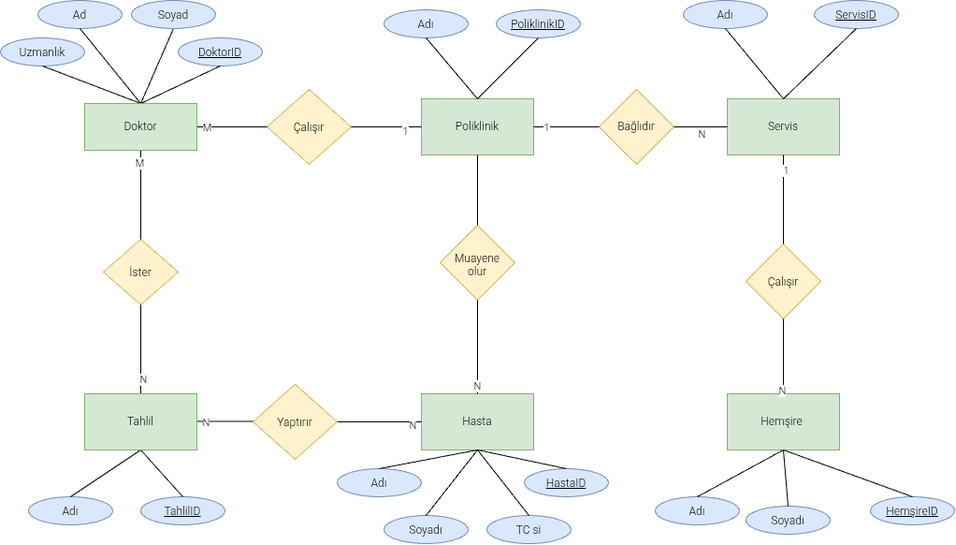
Busra3005/Veri-Taban- keeps this draw.io diagram as BüşraYÜKSEKLER_HastaneOtamasyonPrototipi.drawio.png. Above is the earlier version. Source tidied: cells renumbered, new cells last; positions are measured from the earlier drawing's top-left corner, leaving out a move shared by most shapes.
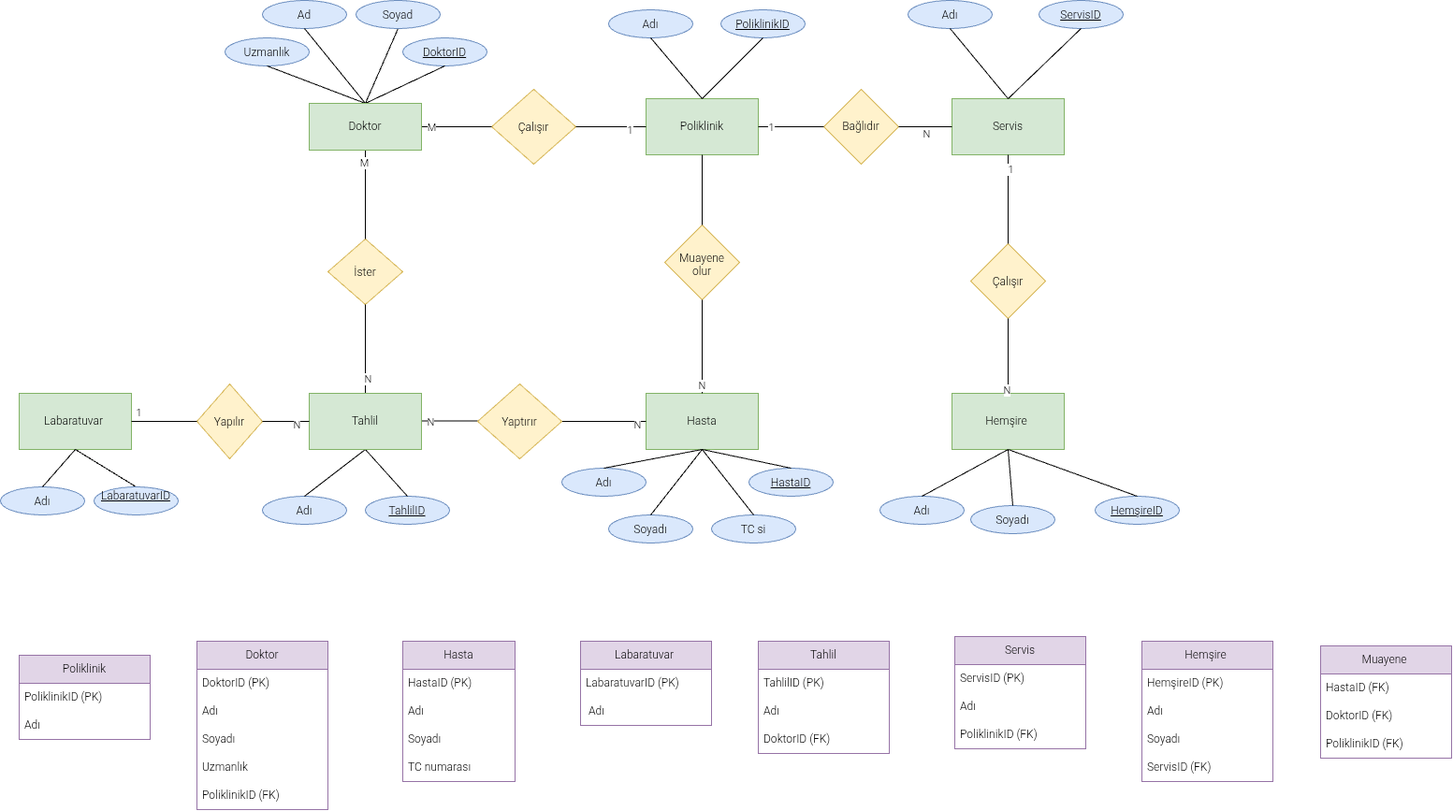
The same diagram one commit later.

What changed in the source:
```diff
@@ -144,7 +144,7 @@
       <mxGeometry relative="1" as="geometry" />
     </mxCell>
     <mxCell id="47" value="Adı" style="ellipse;whiteSpace=wrap;html=1;shapeInside=1;fillColor=#dae8fc;strokeColor=#6c8ebf;" parent="1" vertex="1">
-      <mxGeometry x="30" y="530" width="90" height="30" as="geometry" />
+      <mxGeometry x="40" y="530" width="90" height="30" as="geometry" />
     </mxCell>
     <mxCell id="48" style="endArrow=none;html=1;rounded=0;entryX=0.5;entryY=1;entryDx=0;entryDy=0;exitX=0.5;exitY=0;exitDx=0;exitDy=0;" parent="1" edge="1" source="3" target="43">
       <mxGeometry relative="1" as="geometry" />
@@ -225,5 +225,142 @@
     <mxCell id="72" value="Tahlil" style="rounded=0;whiteSpace=wrap;html=1;fillColor=#d5e8d4;strokeColor=#82b366;" parent="1" vertex="1">
       <mxGeometry x="90" y="420" width="120" height="60" as="geometry" />
     </mxCell>
+    <mxCell id="73" value="Yapılır" style="rhombus;whiteSpace=wrap;html=1;shapeInside=1;fillColor=#fff2cc;strokeColor=#d6b656;" parent="1" vertex="1">
+      <mxGeometry x="-30" y="410" width="70" height="80" as="geometry" />
+    </mxCell>
+    <mxCell id="74" style="endArrow=none;html=1;rounded=0;exitX=1;exitY=0.5;exitDx=0;exitDy=0;" parent="1" edge="1" source="73">
+      <mxGeometry relative="1" as="geometry">
+        <mxPoint x="90" y="450" as="targetPoint" />
+      </mxGeometry>
+    </mxCell>
+    <mxCell id="75" value="N" style="edgeLabel;html=1;align=center;verticalAlign=middle;" parent="74" vertex="1">
+      <mxGeometry x="0.43" y="-3" relative="1" as="geometry" />
+    </mxCell>
+    <mxCell id="76" value="Labaratuvar&amp;nbsp;" style="rounded=0;whiteSpace=wrap;html=1;fillColor=#d5e8d4;strokeColor=#82b366;" parent="1" vertex="1">
+      <mxGeometry x="-220" y="420" width="120" height="60" as="geometry" />
+    </mxCell>
+    <mxCell id="77" style="endArrow=none;html=1;rounded=0;entryX=1;entryY=0.5;entryDx=0;entryDy=0;exitX=0;exitY=0.5;exitDx=0;exitDy=0;fillColor=#d5e8d4;strokeColor=#000000;" parent="1" edge="1" source="73" target="76">
+      <mxGeometry relative="1" as="geometry" />
+    </mxCell>
+    <mxCell id="78" value="1" style="edgeLabel;html=1;align=center;verticalAlign=middle;" parent="77" vertex="1">
+      <mxGeometry x="0.81" y="-10" relative="1" as="geometry" />
+    </mxCell>
+    <mxCell id="79" value="Adı" style="ellipse;whiteSpace=wrap;html=1;shapeInside=1;fillColor=#dae8fc;strokeColor=#6c8ebf;" parent="1" vertex="1">
+      <mxGeometry x="-240" y="520" width="90" height="30" as="geometry" />
+    </mxCell>
+    <mxCell id="80" value="Poliklinik" style="swimlane;fontStyle=0;horizontal=1;startSize=30;whiteSpace=wrap;html=1;fillColor=#e1d5e7;strokeColor=#9673a6;" parent="1" vertex="1">
+      <mxGeometry x="-220" y="700" width="140" height="90" as="geometry" />
+    </mxCell>
+    <mxCell id="81" value="PoliklinikID (PK)" style="text;strokeColor=none;fillColor=none;align=left;verticalAlign=middle;spacingLeft=4;spacingRight=4;overflow=hidden;whiteSpace=wrap;html=1;" parent="80" vertex="1">
+      <mxGeometry y="30" width="140" height="30" as="geometry" />
+    </mxCell>
+    <mxCell id="82" value="Adı" style="text;strokeColor=none;fillColor=none;align=left;verticalAlign=middle;spacingLeft=4;spacingRight=4;overflow=hidden;whiteSpace=wrap;html=1;" parent="80" vertex="1">
+      <mxGeometry y="60" width="140" height="30" as="geometry" />
+    </mxCell>
+    <mxCell id="83" value="Doktor" style="swimlane;fontStyle=0;horizontal=1;startSize=30;whiteSpace=wrap;html=1;fillColor=#e1d5e7;strokeColor=#9673a6;" parent="1" vertex="1">
+      <mxGeometry x="-30" y="685" width="140" height="180" as="geometry" />
+    </mxCell>
+    <mxCell id="84" value="DoktorID (PK)" style="text;strokeColor=none;fillColor=none;align=left;verticalAlign=middle;spacingLeft=4;spacingRight=4;overflow=hidden;whiteSpace=wrap;html=1;" parent="83" vertex="1">
+      <mxGeometry y="30" width="140" height="30" as="geometry" />
+    </mxCell>
+    <mxCell id="85" value="Adı" style="text;strokeColor=none;fillColor=none;align=left;verticalAlign=middle;spacingLeft=4;spacingRight=4;overflow=hidden;whiteSpace=wrap;html=1;" parent="83" vertex="1">
+      <mxGeometry y="60" width="140" height="30" as="geometry" />
+    </mxCell>
+    <mxCell id="86" value="Soyadı" style="text;strokeColor=none;fillColor=none;align=left;verticalAlign=middle;spacingLeft=4;spacingRight=4;overflow=hidden;whiteSpace=wrap;html=1;" parent="83" vertex="1">
+      <mxGeometry y="90" width="140" height="30" as="geometry" />
+    </mxCell>
+    <mxCell id="87" value="Uzmanlık" style="text;strokeColor=none;fillColor=none;align=left;verticalAlign=middle;spacingLeft=4;spacingRight=4;overflow=hidden;whiteSpace=wrap;html=1;" parent="83" vertex="1">
+      <mxGeometry y="120" width="140" height="30" as="geometry" />
+    </mxCell>
+    <mxCell id="88" value="PoliklinikID (FK)" style="text;strokeColor=none;fillColor=none;align=left;verticalAlign=middle;spacingLeft=4;spacingRight=4;overflow=hidden;whiteSpace=wrap;html=1;" parent="83" vertex="1">
+      <mxGeometry y="150" width="140" height="30" as="geometry" />
+    </mxCell>
+    <mxCell id="89" value="Hasta" style="swimlane;fontStyle=0;horizontal=1;startSize=30;whiteSpace=wrap;html=1;fillColor=#e1d5e7;strokeColor=#9673a6;" parent="1" vertex="1">
+      <mxGeometry x="190" y="685" width="120" height="150" as="geometry" />
+    </mxCell>
+    <mxCell id="90" value="HastaID (PK)" style="text;strokeColor=none;fillColor=none;align=left;verticalAlign=middle;spacingLeft=4;spacingRight=4;overflow=hidden;whiteSpace=wrap;html=1;" parent="89" vertex="1">
+      <mxGeometry y="30" width="120" height="30" as="geometry" />
+    </mxCell>
+    <mxCell id="91" value="Adı" style="text;strokeColor=none;fillColor=none;align=left;verticalAlign=middle;spacingLeft=4;spacingRight=4;overflow=hidden;whiteSpace=wrap;html=1;" parent="89" vertex="1">
+      <mxGeometry y="60" width="120" height="30" as="geometry" />
+    </mxCell>
+    <mxCell id="92" value="Soyadı" style="text;strokeColor=none;fillColor=none;align=left;verticalAlign=middle;spacingLeft=4;spacingRight=4;overflow=hidden;whiteSpace=wrap;html=1;" parent="89" vertex="1">
+      <mxGeometry y="90" width="120" height="30" as="geometry" />
+    </mxCell>
+    <mxCell id="93" value="TC numarası" style="text;strokeColor=none;fillColor=none;align=left;verticalAlign=middle;spacingLeft=4;spacingRight=4;overflow=hidden;whiteSpace=wrap;html=1;" parent="89" vertex="1">
+      <mxGeometry y="120" width="120" height="30" as="geometry" />
+    </mxCell>
+    <mxCell id="94" value="Labaratuvar&amp;nbsp;" style="swimlane;fontStyle=0;horizontal=1;startSize=30;whiteSpace=wrap;html=1;fillColor=#e1d5e7;strokeColor=#9673a6;" parent="1" vertex="1">
+      <mxGeometry x="380" y="685" width="140" height="90" as="geometry" />
+    </mxCell>
+    <mxCell id="95" value="LabaratuvarID (PK)" style="text;strokeColor=none;fillColor=none;align=left;verticalAlign=middle;spacingLeft=4;spacingRight=4;overflow=hidden;whiteSpace=wrap;html=1;" parent="94" vertex="1">
+      <mxGeometry y="30" width="140" height="30" as="geometry" />
+    </mxCell>
+    <mxCell id="96" value="&amp;nbsp;Adı" style="text;strokeColor=none;fillColor=none;align=left;verticalAlign=middle;spacingLeft=4;spacingRight=4;overflow=hidden;whiteSpace=wrap;html=1;" parent="94" vertex="1">
+      <mxGeometry y="60" width="140" height="30" as="geometry" />
+    </mxCell>
+    <mxCell id="97" value="Tahlil" style="swimlane;fontStyle=0;horizontal=1;startSize=30;whiteSpace=wrap;html=1;fillColor=#e1d5e7;strokeColor=#9673a6;" parent="1" vertex="1">
+      <mxGeometry x="570" y="685" width="140" height="120" as="geometry" />
+    </mxCell>
+    <mxCell id="98" value="TahlilID (PK)&amp;nbsp;" style="text;strokeColor=none;fillColor=none;align=left;verticalAlign=middle;spacingLeft=4;spacingRight=4;overflow=hidden;whiteSpace=wrap;html=1;" parent="97" vertex="1">
+      <mxGeometry y="30" width="140" height="30" as="geometry" />
+    </mxCell>
+    <mxCell id="99" value="Adı" style="text;strokeColor=none;fillColor=none;align=left;verticalAlign=middle;spacingLeft=4;spacingRight=4;overflow=hidden;whiteSpace=wrap;html=1;" parent="97" vertex="1">
+      <mxGeometry y="60" width="140" height="30" as="geometry" />
+    </mxCell>
+    <mxCell id="100" value="DoktorID (FK)" style="text;strokeColor=none;fillColor=none;align=left;verticalAlign=middle;spacingLeft=4;spacingRight=4;overflow=hidden;whiteSpace=wrap;html=1;" parent="97" vertex="1">
+      <mxGeometry y="90" width="140" height="30" as="geometry" />
+    </mxCell>
+    <mxCell id="101" value="Servis" style="swimlane;fontStyle=0;horizontal=1;startSize=30;whiteSpace=wrap;html=1;fillColor=#e1d5e7;strokeColor=#9673a6;" parent="1" vertex="1">
+      <mxGeometry x="780" y="680" width="140" height="120" as="geometry" />
+    </mxCell>
+    <mxCell id="102" value="ServisID (PK)" style="text;strokeColor=none;fillColor=none;align=left;verticalAlign=middle;spacingLeft=4;spacingRight=4;overflow=hidden;whiteSpace=wrap;html=1;" parent="101" vertex="1">
+      <mxGeometry y="30" width="140" height="30" as="geometry" />
+    </mxCell>
+    <mxCell id="103" value="Adı" style="text;strokeColor=none;fillColor=none;align=left;verticalAlign=middle;spacingLeft=4;spacingRight=4;overflow=hidden;whiteSpace=wrap;html=1;" parent="101" vertex="1">
+      <mxGeometry y="60" width="140" height="30" as="geometry" />
+    </mxCell>
+    <mxCell id="104" value="PoliklinikID (FK)" style="text;strokeColor=none;fillColor=none;align=left;verticalAlign=middle;spacingLeft=4;spacingRight=4;overflow=hidden;whiteSpace=wrap;html=1;" parent="101" vertex="1">
+      <mxGeometry y="90" width="140" height="30" as="geometry" />
+    </mxCell>
+    <mxCell id="105" value="Hemşire&amp;nbsp;" style="swimlane;fontStyle=0;horizontal=1;startSize=30;whiteSpace=wrap;html=1;fillColor=#e1d5e7;strokeColor=#9673a6;" parent="1" vertex="1">
+      <mxGeometry x="980" y="685" width="140" height="150" as="geometry" />
+    </mxCell>
+    <mxCell id="106" value="HemşireID (PK)&amp;nbsp;" style="text;strokeColor=none;fillColor=none;align=left;verticalAlign=middle;spacingLeft=4;spacingRight=4;overflow=hidden;whiteSpace=wrap;html=1;" parent="105" vertex="1">
+      <mxGeometry y="30" width="140" height="30" as="geometry" />
+    </mxCell>
+    <mxCell id="107" value="Adı" style="text;strokeColor=none;fillColor=none;align=left;verticalAlign=middle;spacingLeft=4;spacingRight=4;overflow=hidden;whiteSpace=wrap;html=1;" parent="105" vertex="1">
+      <mxGeometry y="60" width="140" height="30" as="geometry" />
+    </mxCell>
+    <mxCell id="108" value="Soyadı" style="text;strokeColor=none;fillColor=none;align=left;verticalAlign=middle;spacingLeft=4;spacingRight=4;overflow=hidden;whiteSpace=wrap;html=1;" parent="105" vertex="1">
+      <mxGeometry y="90" width="140" height="30" as="geometry" />
+    </mxCell>
+    <mxCell id="109" value="ServisID (FK)" style="text;strokeColor=none;fillColor=none;align=left;verticalAlign=middle;spacingLeft=4;spacingRight=4;overflow=hidden;whiteSpace=wrap;html=1;" parent="105" vertex="1">
+      <mxGeometry y="120" width="140" height="30" as="geometry" />
+    </mxCell>
+    <mxCell id="110" style="endArrow=none;html=1;rounded=0;entryX=0.5;entryY=1;entryDx=0;entryDy=0;exitX=0.5;exitY=0;exitDx=0;exitDy=0;" parent="1" edge="1" source="79" target="76">
+      <mxGeometry relative="1" as="geometry" />
+    </mxCell>
+    <mxCell id="111" style="endArrow=none;html=1;rounded=0;exitX=0.5;exitY=0;exitDx=0;exitDy=0;entryX=0.5;entryY=1;entryDx=0;entryDy=0;" parent="1" edge="1" source="113" target="76">
+      <mxGeometry relative="1" as="geometry" />
+    </mxCell>
+    <mxCell id="112" style="endArrow=none;html=1;rounded=0;exitX=1.667;exitY=0;exitDx=0;exitDy=0;exitPerimeter=0;entryX=0.5;entryY=1;entryDx=0;entryDy=0;" parent="1" edge="1" source="79" target="113">
+      <mxGeometry relative="1" as="geometry" />
+    </mxCell>
+    <mxCell id="113" value="&lt;u&gt;LabaratuvarID&lt;/u&gt;" style="ellipse;whiteSpace=wrap;html=1;shapeInside=1;fillColor=#dae8fc;strokeColor=#6c8ebf;" parent="1" vertex="1">
+      <mxGeometry x="-140" y="520" width="90" height="30" as="geometry" />
+    </mxCell>
+    <mxCell id="114" value="Muayene&amp;nbsp;" style="swimlane;fontStyle=0;horizontal=1;startSize=30;whiteSpace=wrap;html=1;fillColor=#e1d5e7;strokeColor=#9673a6;" parent="1" vertex="1">
+      <mxGeometry x="1171" y="690" width="140" height="120" as="geometry" />
+    </mxCell>
+    <mxCell id="115" value="HastaID (FK)" style="text;strokeColor=none;fillColor=none;align=left;verticalAlign=middle;spacingLeft=4;spacingRight=4;overflow=hidden;whiteSpace=wrap;html=1;" parent="114" vertex="1">
+      <mxGeometry y="30" width="140" height="30" as="geometry" />
+    </mxCell>
+    <mxCell id="116" value="DoktorID (FK)" style="text;strokeColor=none;fillColor=none;align=left;verticalAlign=middle;spacingLeft=4;spacingRight=4;overflow=hidden;whiteSpace=wrap;html=1;" parent="114" vertex="1">
+      <mxGeometry y="60" width="140" height="30" as="geometry" />
+    </mxCell>
+    <mxCell id="117" value="PoliklinikID (FK)" style="text;strokeColor=none;fillColor=none;align=left;verticalAlign=middle;spacingLeft=4;spacingRight=4;overflow=hidden;whiteSpace=wrap;html=1;" parent="114" vertex="1">
+      <mxGeometry y="90" width="140" height="30" as="geometry" />
+    </mxCell>
   </root>
 </mxGraphModel>
```
